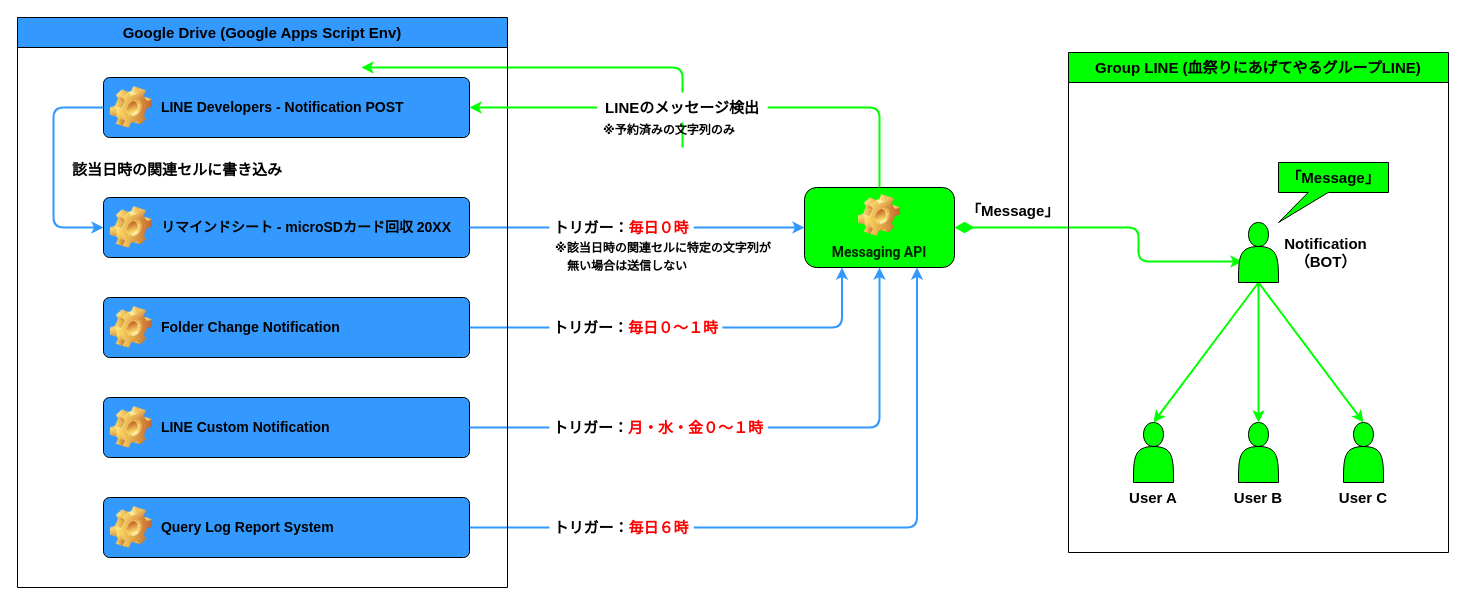
Earlier version of the draw.io diagram GAS 時限式スクリプトのプロセスフロー図.drawio (virtualitypage/draw.io). Source tidied: cells renumbered, new cells numbered last; positions are measured from the earlier drawing's top-left corner, leaving out a move shared by most shapes. Both pictures are drawn from the tidied source at 100%, with x=0, y=0 at pixel (17, 17).
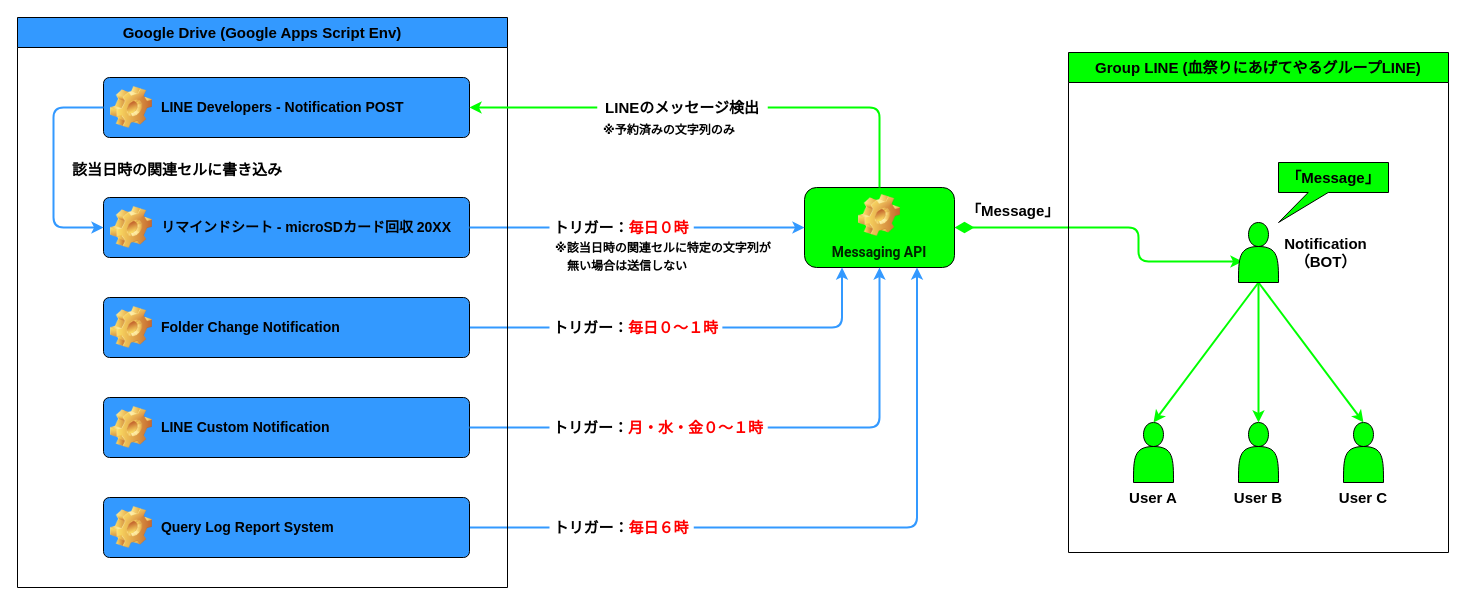
The same diagram, later.

Commit message:
GAS 時限式スクリプトのプロセスフロー図.drawio を更新します

Change to the diagram source:
```diff
@@
-    <mxCell id="2" style="edgeStyle=elbowEdgeStyle;elbow=vertical;html=1;rounded=1;curved=0;sourcePerimeterSpacing=0;targetPerimeterSpacing=0;startSize=6;endSize=6;entryX=0.5;entryY=0;entryDx=0;entryDy=0;endArrow=none;endFill=0;startArrow=classic;startFill=1;exitX=1;exitY=0.5;exitDx=0;exitDy=0;strokeColor=#00FF00;strokeWidth=2;" parent="1" edge="1">
-      <mxGeometry relative="1" as="geometry">
-        <mxPoint x="344" y="50" as="sourcePoint" />
-        <mxPoint x="665" y="130" as="targetPoint" />
-        <Array as="points">
-          <mxPoint x="510" y="50" />
-        </Array>
-      </mxGeometry>
-    </mxCell>
```
